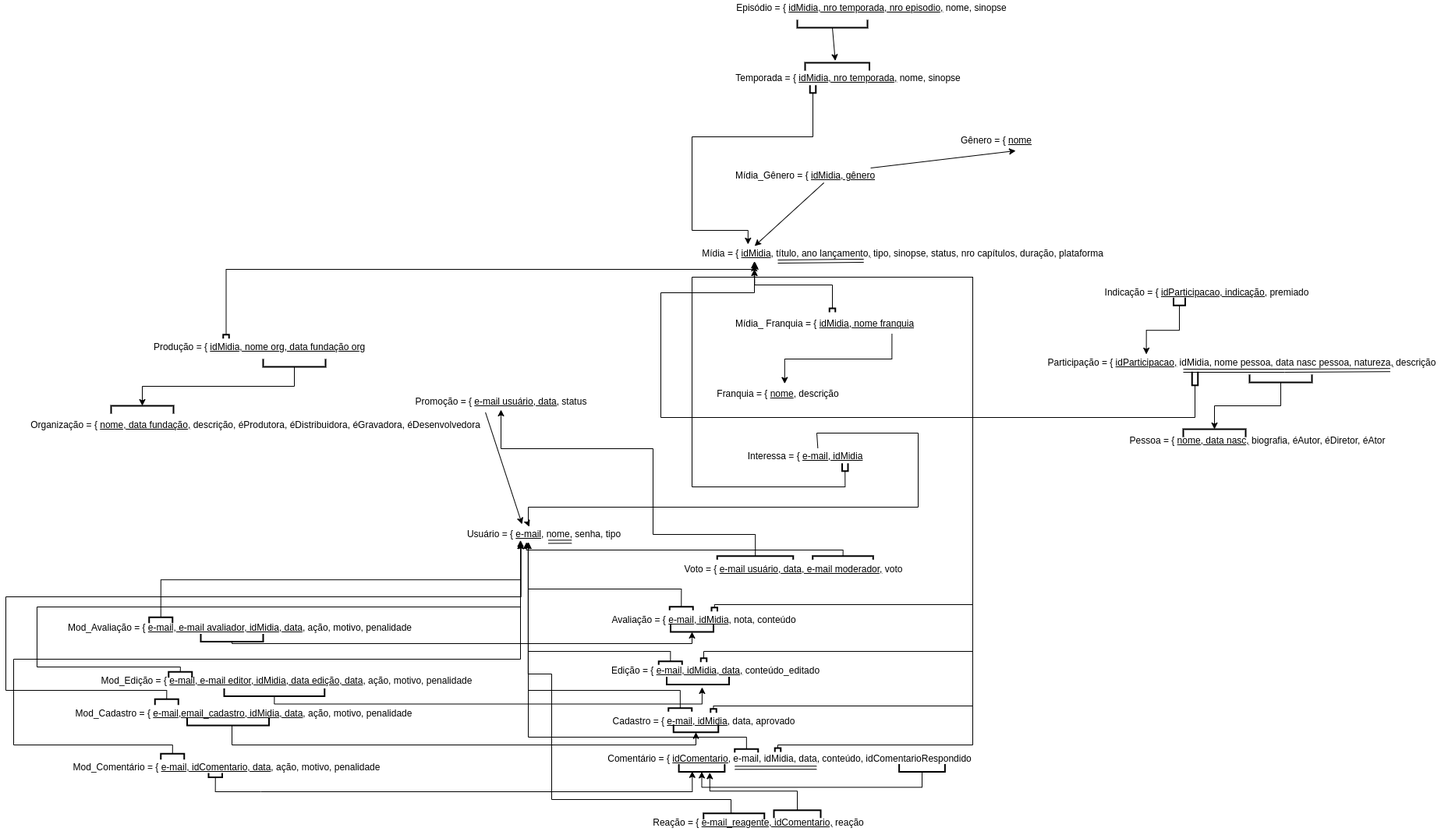
Above: modelagem/Modelo Relacional.drawio.png in lucasxavierleite/omdb (draw.io), before the change. Source tidied: cells renumbered, new cells last; positions are measured from the earlier drawing's top-left corner, leaving out a move shared by most shapes.
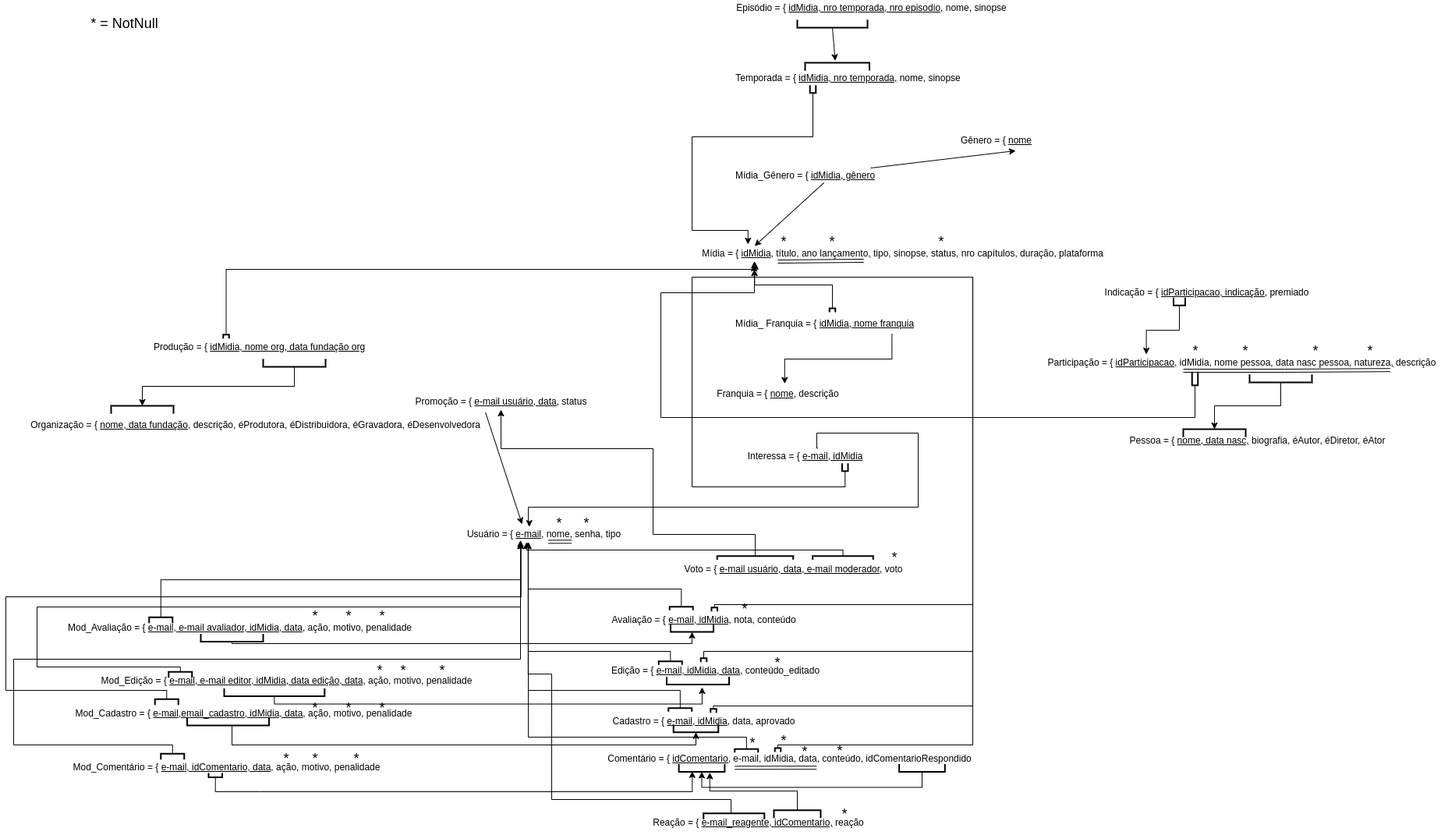
The same diagram one commit later.

The edit, as a diff of the source:
```diff
@@ -469,5 +469,95 @@
     <mxCell id="102" style="strokeWidth=2;html=1;shape=mxgraph.flowchart.annotation_1;align=left;rotation=-90;" parent="1" vertex="1">
       <mxGeometry x="1170" y="970" width="10" height="58.8" as="geometry" />
     </mxCell>
+    <mxCell id="103" value="&lt;font style=&quot;font-size: 18px;&quot;&gt;* = NotNull&lt;/font&gt;" style="text;html=1;strokeColor=none;fillColor=none;align=center;verticalAlign=middle;whiteSpace=wrap;rounded=0;" parent="1" vertex="1">
+      <mxGeometry x="55" y="30" width="195" height="30" as="geometry" />
+    </mxCell>
+    <mxCell id="104" value="*" style="text;html=1;strokeColor=none;fillColor=none;align=center;verticalAlign=middle;whiteSpace=wrap;rounded=0;fontSize=18;" parent="1" vertex="1">
+      <mxGeometry x="700" y="681.2" width="20" height="10" as="geometry" />
+    </mxCell>
+    <mxCell id="105" value="*" style="text;html=1;strokeColor=none;fillColor=none;align=center;verticalAlign=middle;whiteSpace=wrap;rounded=0;fontSize=18;" parent="1" vertex="1">
+      <mxGeometry x="735" y="681.2" width="20" height="10" as="geometry" />
+    </mxCell>
+    <mxCell id="106" value="*" style="text;html=1;strokeColor=none;fillColor=none;align=center;verticalAlign=middle;whiteSpace=wrap;rounded=0;fontSize=18;" parent="1" vertex="1">
+      <mxGeometry x="1130" y="725" width="20" height="10" as="geometry" />
+    </mxCell>
+    <mxCell id="107" value="*" style="text;html=1;strokeColor=none;fillColor=none;align=center;verticalAlign=middle;whiteSpace=wrap;rounded=0;fontSize=18;" parent="1" vertex="1">
+      <mxGeometry x="987.5" y="320" width="20" height="10" as="geometry" />
+    </mxCell>
+    <mxCell id="108" value="*" style="text;html=1;strokeColor=none;fillColor=none;align=center;verticalAlign=middle;whiteSpace=wrap;rounded=0;fontSize=18;" parent="1" vertex="1">
+      <mxGeometry x="1050" y="320" width="20" height="10" as="geometry" />
+    </mxCell>
+    <mxCell id="109" value="*" style="text;html=1;strokeColor=none;fillColor=none;align=center;verticalAlign=middle;whiteSpace=wrap;rounded=0;fontSize=18;" parent="1" vertex="1">
+      <mxGeometry x="1190" y="320" width="20" height="10" as="geometry" />
+    </mxCell>
+    <mxCell id="110" value="*" style="text;html=1;strokeColor=none;fillColor=none;align=center;verticalAlign=middle;whiteSpace=wrap;rounded=0;fontSize=18;" parent="1" vertex="1">
+      <mxGeometry x="1516.2" y="460" width="20" height="10" as="geometry" />
+    </mxCell>
+    <mxCell id="111" value="*" style="text;html=1;strokeColor=none;fillColor=none;align=center;verticalAlign=middle;whiteSpace=wrap;rounded=0;fontSize=18;" parent="1" vertex="1">
+      <mxGeometry x="1580" y="460" width="20" height="10" as="geometry" />
+    </mxCell>
+    <mxCell id="112" value="*" style="text;html=1;strokeColor=none;fillColor=none;align=center;verticalAlign=middle;whiteSpace=wrap;rounded=0;fontSize=18;" parent="1" vertex="1">
+      <mxGeometry x="1670" y="460" width="20" height="10" as="geometry" />
+    </mxCell>
+    <mxCell id="113" value="*" style="text;html=1;strokeColor=none;fillColor=none;align=center;verticalAlign=middle;whiteSpace=wrap;rounded=0;fontSize=18;" parent="1" vertex="1">
+      <mxGeometry x="1740" y="460" width="20" height="10" as="geometry" />
+    </mxCell>
+    <mxCell id="114" value="*" style="text;html=1;strokeColor=none;fillColor=none;align=center;verticalAlign=middle;whiteSpace=wrap;rounded=0;fontSize=18;" parent="1" vertex="1">
+      <mxGeometry x="937.5" y="791.2" width="20" height="10" as="geometry" />
+    </mxCell>
+    <mxCell id="115" value="*" style="text;html=1;strokeColor=none;fillColor=none;align=center;verticalAlign=middle;whiteSpace=wrap;rounded=0;fontSize=18;" parent="1" vertex="1">
+      <mxGeometry x="387" y="800" width="20" height="10" as="geometry" />
+    </mxCell>
+    <mxCell id="116" value="*" style="text;html=1;strokeColor=none;fillColor=none;align=center;verticalAlign=middle;whiteSpace=wrap;rounded=0;fontSize=18;" parent="1" vertex="1">
+      <mxGeometry x="430" y="800" width="20" height="10" as="geometry" />
+    </mxCell>
+    <mxCell id="117" value="*" style="text;html=1;strokeColor=none;fillColor=none;align=center;verticalAlign=middle;whiteSpace=wrap;rounded=0;fontSize=18;" parent="1" vertex="1">
+      <mxGeometry x="472.5" y="800" width="20" height="10" as="geometry" />
+    </mxCell>
+    <mxCell id="118" value="*" style="text;html=1;strokeColor=none;fillColor=none;align=center;verticalAlign=middle;whiteSpace=wrap;rounded=0;fontSize=18;" parent="1" vertex="1">
+      <mxGeometry x="470" y="870" width="20" height="10" as="geometry" />
+    </mxCell>
+    <mxCell id="119" value="*" style="text;html=1;strokeColor=none;fillColor=none;align=center;verticalAlign=middle;whiteSpace=wrap;rounded=0;fontSize=18;" parent="1" vertex="1">
+      <mxGeometry x="500" y="870" width="20" height="10" as="geometry" />
+    </mxCell>
+    <mxCell id="120" value="*" style="text;html=1;strokeColor=none;fillColor=none;align=center;verticalAlign=middle;whiteSpace=wrap;rounded=0;fontSize=18;" parent="1" vertex="1">
+      <mxGeometry x="550" y="870" width="20" height="10" as="geometry" />
+    </mxCell>
+    <mxCell id="121" value="*" style="text;html=1;strokeColor=none;fillColor=none;align=center;verticalAlign=middle;whiteSpace=wrap;rounded=0;fontSize=18;" parent="1" vertex="1">
+      <mxGeometry x="472.5" y="917.5" width="20" height="10" as="geometry" />
+    </mxCell>
+    <mxCell id="122" value="*" style="text;html=1;strokeColor=none;fillColor=none;align=center;verticalAlign=middle;whiteSpace=wrap;rounded=0;fontSize=18;" parent="1" vertex="1">
+      <mxGeometry x="430" y="917.5" width="20" height="10" as="geometry" />
+    </mxCell>
+    <mxCell id="123" value="*" style="text;html=1;strokeColor=none;fillColor=none;align=center;verticalAlign=middle;whiteSpace=wrap;rounded=0;fontSize=18;" parent="1" vertex="1">
+      <mxGeometry x="387" y="917.5" width="20" height="10" as="geometry" />
+    </mxCell>
+    <mxCell id="124" value="*" style="text;html=1;strokeColor=none;fillColor=none;align=center;verticalAlign=middle;whiteSpace=wrap;rounded=0;fontSize=18;" parent="1" vertex="1">
+      <mxGeometry x="440" y="982.5" width="20" height="10" as="geometry" />
+    </mxCell>
+    <mxCell id="125" value="*" style="text;html=1;strokeColor=none;fillColor=none;align=center;verticalAlign=middle;whiteSpace=wrap;rounded=0;fontSize=18;" parent="1" vertex="1">
+      <mxGeometry x="387" y="982.5" width="20" height="10" as="geometry" />
+    </mxCell>
+    <mxCell id="126" value="*" style="text;html=1;strokeColor=none;fillColor=none;align=center;verticalAlign=middle;whiteSpace=wrap;rounded=0;fontSize=18;" parent="1" vertex="1">
+      <mxGeometry x="350" y="982.5" width="20" height="10" as="geometry" />
+    </mxCell>
+    <mxCell id="127" value="*" style="text;html=1;strokeColor=none;fillColor=none;align=center;verticalAlign=middle;whiteSpace=wrap;rounded=0;fontSize=18;" parent="1" vertex="1">
+      <mxGeometry x="980" y="860" width="20" height="10" as="geometry" />
+    </mxCell>
+    <mxCell id="128" value="*" style="text;html=1;strokeColor=none;fillColor=none;align=center;verticalAlign=middle;whiteSpace=wrap;rounded=0;fontSize=18;" parent="1" vertex="1">
+      <mxGeometry x="947.5" y="962.6" width="20" height="10" as="geometry" />
+    </mxCell>
+    <mxCell id="129" value="*" style="text;html=1;strokeColor=none;fillColor=none;align=center;verticalAlign=middle;whiteSpace=wrap;rounded=0;fontSize=18;" parent="1" vertex="1">
+      <mxGeometry x="987.5" y="960" width="20" height="10" as="geometry" />
+    </mxCell>
+    <mxCell id="130" value="*" style="text;html=1;strokeColor=none;fillColor=none;align=center;verticalAlign=middle;whiteSpace=wrap;rounded=0;fontSize=18;" parent="1" vertex="1">
+      <mxGeometry x="1015" y="974.4" width="20" height="10" as="geometry" />
+    </mxCell>
+    <mxCell id="131" value="*" style="text;html=1;strokeColor=none;fillColor=none;align=center;verticalAlign=middle;whiteSpace=wrap;rounded=0;fontSize=18;" parent="1" vertex="1">
+      <mxGeometry x="1060" y="972.6" width="20" height="10" as="geometry" />
+    </mxCell>
+    <mxCell id="132" value="*" style="text;html=1;strokeColor=none;fillColor=none;align=center;verticalAlign=middle;whiteSpace=wrap;rounded=0;fontSize=18;" parent="1" vertex="1">
+      <mxGeometry x="1066.2" y="1053.8" width="20" height="10" as="geometry" />
+    </mxCell>
   </root>
 </mxGraphModel>
```
